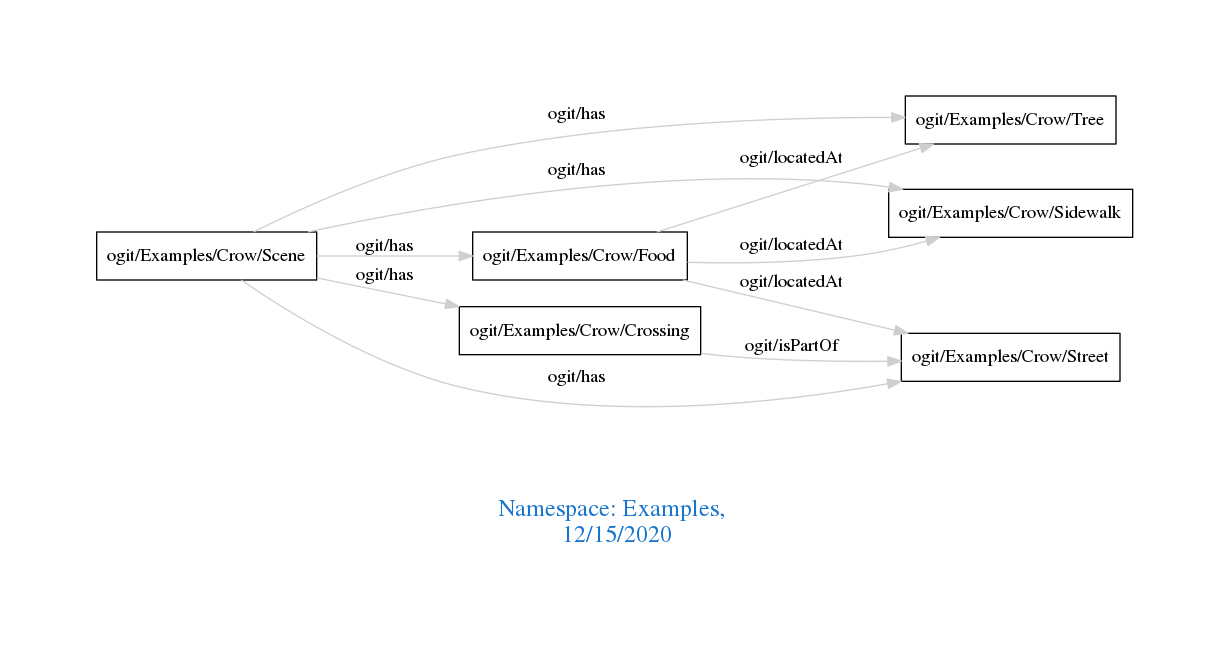
The Graphviz diagram downloads/Examples.png in arago/OGIT, before a commit. Its source is kept beside it as downloads/Examples.dot. Its diagram source:
```dot
digraph OGIT_ontology {
 graph [ rankdir= LR,pad=1
fontsize = 18,
fontcolor= dodgerblue3,label = "\n\n\nNamespace: Examples, \n 12/15/2020"];
node[shape=polygon];
edge [  color="gray81"];

   "ogit/Examples/Crow/Food" -> "ogit/Examples/Crow/Tree" [label="   ogit/locatedAt    "];
   "ogit/Examples/Crow/Food" -> "ogit/Examples/Crow/Street" [label="   ogit/locatedAt    "];
   "ogit/Examples/Crow/Food" -> "ogit/Examples/Crow/Sidewalk" [label="   ogit/locatedAt    "];
   "ogit/Examples/Crow/Scene" -> "ogit/Examples/Crow/Food" [label="   ogit/has    "];
   "ogit/Examples/Crow/Scene" -> "ogit/Examples/Crow/Tree" [label="   ogit/has    "];
   "ogit/Examples/Crow/Scene" -> "ogit/Examples/Crow/Street" [label="   ogit/has    "];
   "ogit/Examples/Crow/Scene" -> "ogit/Examples/Crow/Crossing" [label="   ogit/has    "];
   "ogit/Examples/Crow/Scene" -> "ogit/Examples/Crow/Sidewalk" [label="   ogit/has    "];
   "ogit/Examples/Crow/Crossing" -> "ogit/Examples/Crow/Street" [label="   ogit/isPartOf    "];
}
```
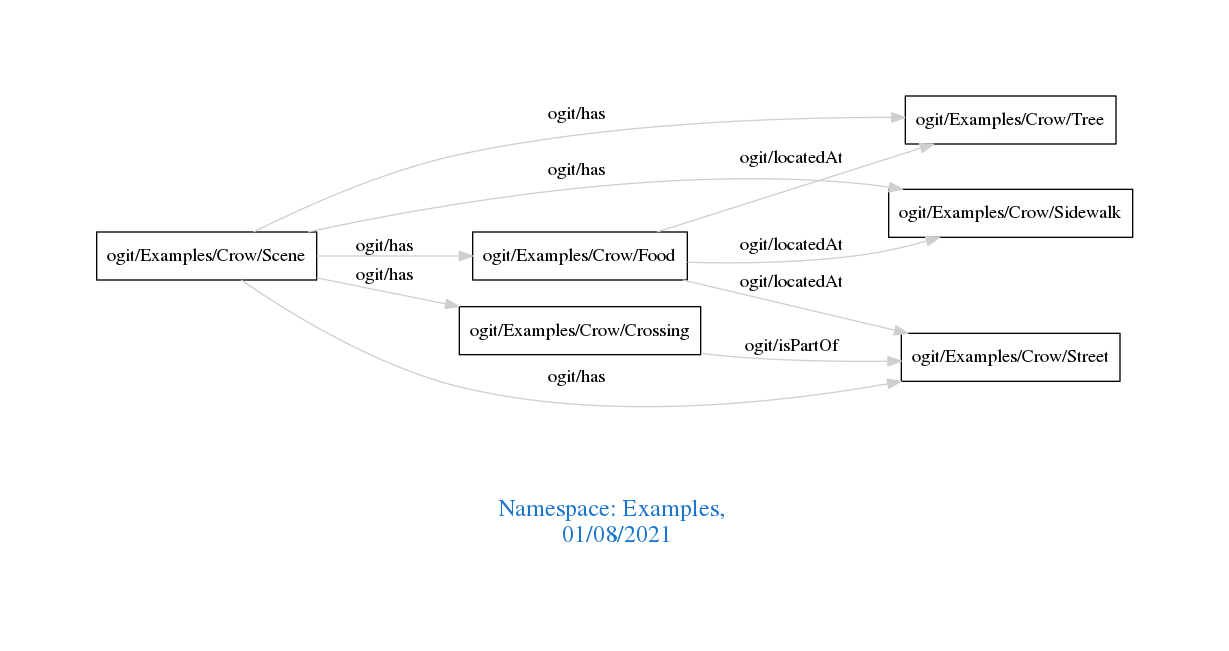
After the change.

What changed in the source:
```diff
@@ -1,7 +1,7 @@
 digraph OGIT_ontology {
  graph [ rankdir= LR,pad=1
 fontsize = 18,
-fontcolor= dodgerblue3,label = "\n\n\nNamespace: Examples, \n 12/15/2020"];
+fontcolor= dodgerblue3,label = "\n\n\nNamespace: Examples, \n 01/08/2021"];
 node[shape=polygon];
 edge [  color="gray81"];
 
```
